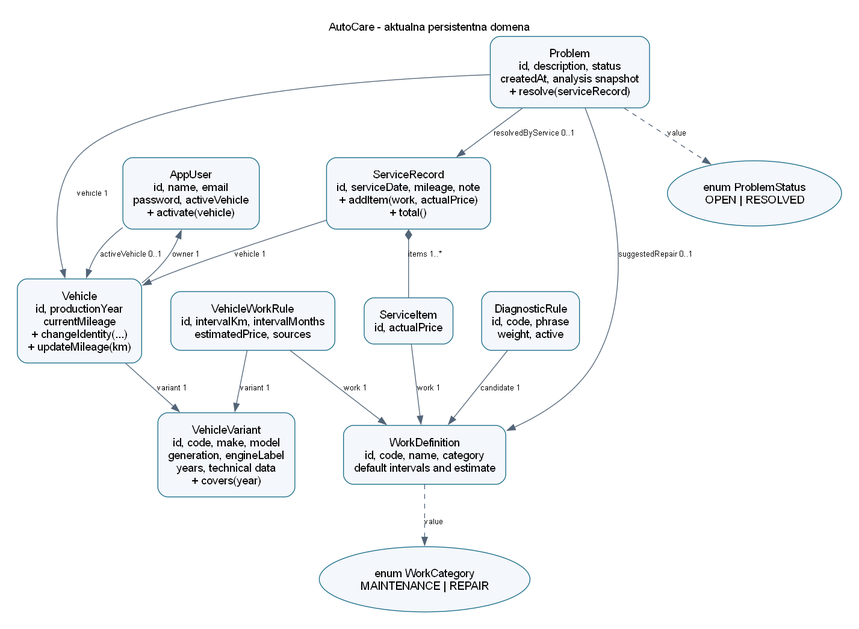
Above: docs/domain.png in KarloLerga/AutoCare (Mermaid), before the change. Its source is kept beside it as docs/domain.mmd.
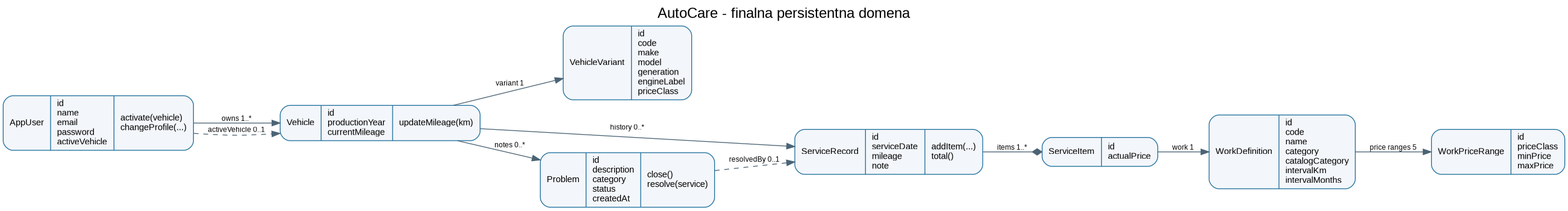
Above is the later version.

Change to the diagram source:
```diff
@@ -1,64 +1,61 @@
 classDiagram
-    AppUser "1" <-- "1..*" Vehicle : owner
-    AppUser "0..1" --> "0..1" Vehicle : activeVehicle
-    Vehicle "*" --> "1" VehicleVariant : variant
-    ServiceRecord "*" --> "1" Vehicle : vehicle
-    ServiceRecord "1" *-- "1..*" ServiceItem : items
-    ServiceItem "*" --> "1" WorkDefinition : work
-    VehicleWorkRule "*" --> "1" VehicleVariant : variant
-    VehicleWorkRule "*" --> "1" WorkDefinition : work
-    Problem "*" --> "1" Vehicle : vehicle
-    Problem "*" --> "0..1" WorkDefinition : suggestedRepair
-    Problem "*" --> "0..1" ServiceRecord : resolvedByService
-    DiagnosticRule "*" --> "1" WorkDefinition : candidate
-    WorkDefinition --> WorkCategory
-    Problem --> ProblemStatus
-
     class AppUser {
-        Long id
-        String name
-        String email
-        String password
-        activate(Vehicle)
+      Long id
+      String name
+      String email
     }
     class Vehicle {
-        Long id
-        int productionYear
-        int currentMileage
-        changeIdentity(VehicleVariant, int)
-        updateMileage(int)
+      Long id
+      int productionYear
+      int currentMileage
+      updateMileage()
+    }
+    class VehicleVariant {
+      Long id
+      String make
+      String model
+      String generation
+      String engineLabel
+      VehiclePriceClass priceClass
+    }
+    class WorkDefinition {
+      Long id
+      String code
+      String name
+      WorkCategory category
+      CatalogCategory catalogCategory
+      Integer intervalKm
+      Integer intervalMonths
+    }
+    class WorkPriceRange {
+      VehiclePriceClass priceClass
+      BigDecimal minPrice
+      BigDecimal maxPrice
     }
     class ServiceRecord {
-        Long id
-        LocalDate serviceDate
-        int mileage
-        addItem(WorkDefinition, BigDecimal)
-        total() CostSummary
+      Long id
+      LocalDate serviceDate
+      int mileage
+      String note
     }
     class ServiceItem {
-        Long id
-        BigDecimal actualPrice
-    }
-    class VehicleWorkRule {
-        Integer intervalKm
-        Integer intervalMonths
-        BigDecimal estimatedPrice
-        String intervalSource
+      BigDecimal actualPrice
     }
     class Problem {
-        ProblemStatus status
-        String description
-        BigDecimal matchPercent
-        BigDecimal estimatedCost
-        resolve(ServiceRecord)
+      String description
+      ProblemCategory category
+      ProblemStatus status
+      LocalDateTime createdAt
+      close()
+      resolve()
     }
-    class WorkCategory {
-        <<enumeration>>
-        MAINTENANCE
-        REPAIR
-    }
-    class ProblemStatus {
-        <<enumeration>>
-        OPEN
-        RESOLVED
-    }
+
+    AppUser "1" --> "1..*" Vehicle : owns
+    AppUser --> Vehicle : activeVehicle
+    Vehicle "*" --> "1" VehicleVariant
+    Vehicle "1" --> "0..*" ServiceRecord
+    ServiceRecord "1" *-- "1..*" ServiceItem
+    ServiceItem "*" --> "1" WorkDefinition
+    WorkDefinition "1" --> "5" WorkPriceRange
+    Vehicle "1" --> "0..*" Problem
+    Problem "0..*" --> "0..1" ServiceRecord : resolvedBy
```
